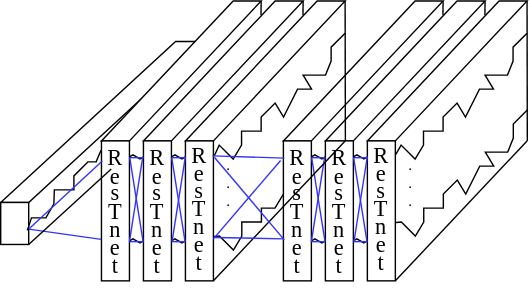
Above: littlepaper/图4 网络模型结构图.svg in wangxinzhi0/draw.io (draw.io), before the change. Source tidied: cells renumbered, new cells last; positions are measured from the earlier drawing's top-left corner, leaving out a move shared by most shapes.
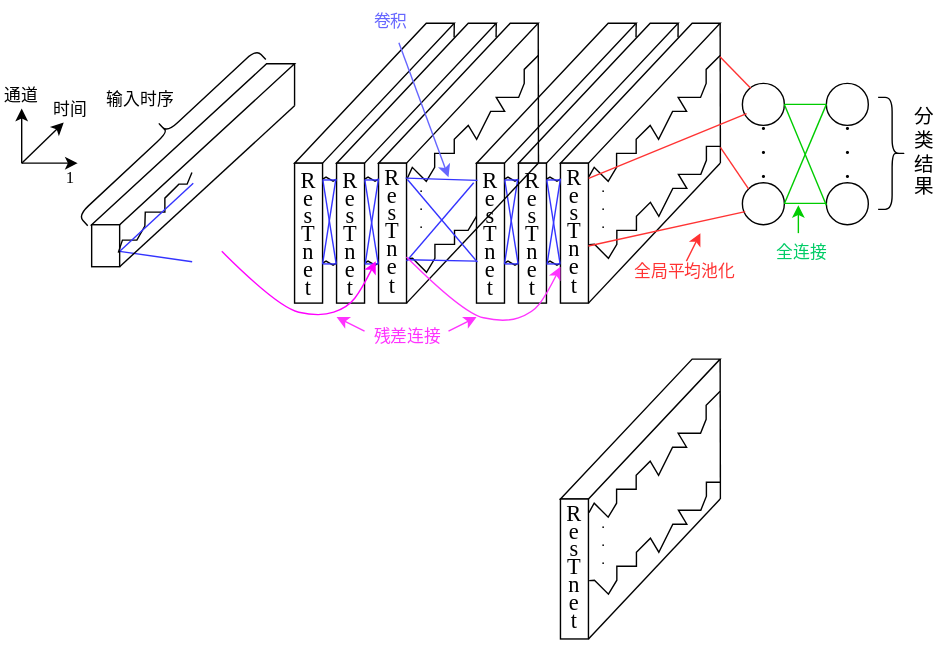
After the commit.

Commit message:
Update 图4 网络模型结构图.svg

What changed in the source:
```diff
@@ -5,14 +5,14 @@
     <mxCell id="2" style="shape=parallelogram;perimeter=parallelogramPerimeter;whiteSpace=wrap;html=1;fixedSize=1;rotation=0;size=125;" parent="1" vertex="1">
       <mxGeometry y="29" width="145" height="115" as="geometry" />
     </mxCell>
-    <mxCell id="3" style="group;" parent="1" vertex="1">
-      <mxGeometry x="72" width="304.3" height="200" as="geometry" />
+    <mxCell id="3" style="group;fontColor=#FF3333;" parent="1" vertex="1">
+      <mxGeometry x="145" width="310" height="200" as="geometry" />
     </mxCell>
     <mxCell id="4" style="group;" parent="3" vertex="1">
-      <mxGeometry x="130" width="174.3" height="200" as="geometry" />
+      <mxGeometry x="130" width="180" height="200" as="geometry" />
     </mxCell>
     <mxCell id="5" style="group;" parent="4" vertex="1">
-      <mxGeometry x="60" width="114.3" height="200" as="geometry" />
+      <mxGeometry x="60" width="120" height="200" as="geometry" />
     </mxCell>
     <mxCell id="6" style="shape=parallelogram;perimeter=parallelogramPerimeter;whiteSpace=wrap;html=1;fixedSize=1;rotation=0;size=94.11000000000001;" parent="5" vertex="1">
       <mxGeometry width="114.1" height="100" as="geometry" />
@@ -55,7 +55,7 @@
     <mxCell id="11" style="endArrow=none;html=1;rounded=0;fontFamily=Helvetica;fontSize=16;strokeWidth=0.5;exitX=1.016;exitY=0.103;exitDx=0;exitDy=0;exitPerimeter=0;jumpSize=2;" parent="5" edge="1">
       <mxGeometry relative="1" as="geometry">
         <mxPoint x="20.5" y="158.3" as="sourcePoint" />
-        <mxPoint x="114.3" y="78" as="targetPoint" />
+        <mxPoint x="114" y="88" as="targetPoint" />
         <Array as="points">
           <mxPoint x="24.3" y="158" />
           <mxPoint x="34.3" y="168" />
@@ -104,6 +104,15 @@
     <mxCell id="18" style="endArrow=none;html=1;rounded=0;fontFamily=Times New Roman;fontSize=16;strokeWidth=0.5;jumpSize=2;fontColor=#0000FF;strokeColor=#3333FF;entryX=-0.014;entryY=0.718;entryDx=0;entryDy=0;entryPerimeter=0;exitX=1.011;exitY=0.122;exitDx=0;exitDy=0;exitPerimeter=0;" parent="5" edge="1" source="14" target="7">
       <mxGeometry relative="1" as="geometry" />
     </mxCell>
+    <mxCell id="67" style="endArrow=classic;html=1;rounded=0;fontFamily=Times New Roman;fontSize=12;fontColor=#6666FF;strokeColor=#FF3333;strokeWidth=1;jumpSize=2;" parent="5" edge="1">
+      <mxGeometry relative="1" as="geometry">
+        <mxPoint x="90" y="170" as="sourcePoint" />
+        <mxPoint x="100" y="150" as="targetPoint" />
+      </mxGeometry>
+    </mxCell>
+    <mxCell id="68" value="&lt;font color=&quot;#ff3333&quot;&gt;全局平均池化&lt;/font&gt;" style="text;html=1;strokeColor=none;fillColor=none;align=center;verticalAlign=middle;whiteSpace=wrap;rounded=0;fontFamily=Times New Roman;fontSize=12;fontColor=#000000;labelBorderColor=none;" parent="5" vertex="1">
+      <mxGeometry x="51.3" y="163" width="75.7" height="30" as="geometry" />
+    </mxCell>
     <mxCell id="19" style="shape=parallelogram;perimeter=parallelogramPerimeter;whiteSpace=wrap;html=1;fixedSize=1;rotation=0;size=94.11000000000001;" parent="4" vertex="1">
       <mxGeometry width="114.1" height="100" as="geometry" />
     </mxCell>
@@ -328,11 +337,18 @@
         <mxPoint x="29.7" y="171.8" as="targetPoint" />
       </mxGeometry>
     </mxCell>
-    <mxCell id="59" style="endArrow=none;html=1;rounded=0;fontFamily=Times New Roman;fontSize=16;strokeWidth=0.5;jumpSize=2;fontColor=#0000FF;strokeColor=#3333FF;exitX=1.033;exitY=0.69;exitDx=0;exitDy=0;exitPerimeter=0;entryX=-0.01;entryY=0.704;entryDx=0;entryDy=0;entryPerimeter=0;" parent="31" edge="1" target="48">
+    <mxCell id="59" style="endArrow=none;html=1;rounded=0;fontFamily=Times New Roman;fontSize=16;strokeWidth=0.5;jumpSize=2;fontColor=#0000FF;strokeColor=#3333FF;exitX=1.033;exitY=0.69;exitDx=0;exitDy=0;exitPerimeter=0;entryX=-0.01;entryY=0.704;entryDx=0;entryDy=0;entryPerimeter=0;" parent="31" edge="1">
       <mxGeometry relative="1" as="geometry">
-        <mxPoint x="-52" y="163" as="sourcePoint" />
+        <mxPoint x="-125" y="163" as="sourcePoint" />
+        <mxPoint x="-73.2" y="170.4" as="targetPoint" />
       </mxGeometry>
     </mxCell>
+    <mxCell id="69" style="shape=curlyBracket;whiteSpace=wrap;html=1;rounded=1;fontFamily=Times New Roman;fontSize=16;fontColor=#0000FF;align=center;rotation=47;" parent="31" vertex="1">
+      <mxGeometry x="-101" y="-9" width="20" height="174" as="geometry" />
+    </mxCell>
+    <mxCell id="70" value="卷积" style="text;html=1;strokeColor=none;fillColor=none;align=center;verticalAlign=middle;whiteSpace=wrap;rounded=0;fontFamily=Times New Roman;fontSize=12;fontColor=#6666FF;labelBorderColor=none;" parent="31" vertex="1">
+      <mxGeometry x="34" y="-16" width="70" height="30" as="geometry" />
+    </mxCell>
     <mxCell id="60" style="endArrow=none;html=1;rounded=0;fontFamily=Times New Roman;fontSize=16;strokeWidth=0.5;jumpSize=2;fontColor=#0000FF;strokeColor=#3333FF;exitX=1.017;exitY=0.577;exitDx=0;exitDy=0;exitPerimeter=0;entryX=0.033;entryY=0.123;entryDx=0;entryDy=0;entryPerimeter=0;" parent="3" edge="1" target="20">
       <mxGeometry relative="1" as="geometry">
         <mxPoint x="79.3" y="110.7" as="sourcePoint" />
@@ -349,14 +365,15 @@
     <mxCell id="63" value="&lt;p style=&quot;line-height: 1.2&quot;&gt;&lt;/p&gt;&lt;h3&gt;&lt;/h3&gt;&lt;pre style=&quot;line-height: 0.8 ; font-size: 16px&quot;&gt;&lt;br&gt;&lt;/pre&gt;&lt;p&gt;&lt;/p&gt;" style="rounded=0;whiteSpace=wrap;html=1;align=center;" parent="1" vertex="1">
       <mxGeometry y="144" width="20" height="30" as="geometry" />
     </mxCell>
-    <mxCell id="64" style="endArrow=none;html=1;rounded=0;exitX=1;exitY=1;exitDx=0;exitDy=0;entryX=0;entryY=0.25;entryDx=0;entryDy=0;" parent="1" edge="1" source="63">
-      <mxGeometry x="410" y="232" as="geometry">
-        <mxPoint x="79" y="120" as="targetPoint" />
+    <mxCell id="64" style="endArrow=none;html=1;rounded=0;exitX=1;exitY=1;exitDx=0;exitDy=0;" parent="1" edge="1" source="63">
+      <mxGeometry x="371" y="231" as="geometry">
+        <mxPoint x="145" y="59" as="targetPoint" />
       </mxGeometry>
     </mxCell>
-    <mxCell id="65" style="endArrow=none;html=1;rounded=0;fontFamily=Helvetica;fontSize=16;strokeWidth=0.5;exitX=1.04;exitY=0.531;exitDx=0;exitDy=0;jumpSize=2;exitPerimeter=0;entryX=-0.017;entryY=0.067;entryDx=0;entryDy=0;entryPerimeter=0;" parent="1" edge="1" target="48">
-      <mxGeometry x="156.2" y="312" as="geometry">
+    <mxCell id="65" style="endArrow=none;html=1;rounded=0;fontFamily=Helvetica;fontSize=16;strokeWidth=0.5;exitX=1.04;exitY=0.531;exitDx=0;exitDy=0;jumpSize=2;exitPerimeter=0;entryX=-0.017;entryY=0.067;entryDx=0;entryDy=0;entryPerimeter=0;" parent="1" edge="1">
+      <mxGeometry x="83.2" y="312" as="geometry">
         <mxPoint x="19" y="163.9" as="sourcePoint" />
+        <mxPoint x="71.7" y="106.7" as="targetPoint" />
         <Array as="points">
           <mxPoint x="22" y="155" />
           <mxPoint x="32.3" y="155" />
@@ -369,8 +386,227 @@
         </Array>
       </mxGeometry>
     </mxCell>
-    <mxCell id="66" style="endArrow=none;html=1;rounded=0;fontFamily=Times New Roman;fontSize=16;strokeWidth=0.5;jumpSize=2;fontColor=#0000FF;strokeColor=#3333FF;exitX=1.014;exitY=0.624;exitDx=0;exitDy=0;exitPerimeter=0;entryX=0.03;entryY=0.144;entryDx=0;entryDy=0;entryPerimeter=0;" parent="1" edge="1" source="63" target="48">
-      <mxGeometry relative="1" as="geometry" />
+    <mxCell id="66" style="endArrow=none;html=1;rounded=0;fontFamily=Times New Roman;fontSize=16;strokeWidth=0.5;jumpSize=2;fontColor=#0000FF;strokeColor=#3333FF;exitX=1.014;exitY=0.624;exitDx=0;exitDy=0;exitPerimeter=0;entryX=0.03;entryY=0.144;entryDx=0;entryDy=0;entryPerimeter=0;" parent="1" edge="1" source="63">
+      <mxGeometry relative="1" as="geometry">
+        <mxPoint x="72.6" y="114.4" as="targetPoint" />
+      </mxGeometry>
     </mxCell>
+    <mxCell id="71" value="输入时序" style="text;html=1;strokeColor=none;fillColor=none;align=center;verticalAlign=middle;whiteSpace=wrap;rounded=0;fontFamily=Times New Roman;fontSize=12;fontColor=#000000;labelBorderColor=none;" parent="1" vertex="1">
+      <mxGeometry y="40" width="70" height="30" as="geometry" />
+    </mxCell>
+    <mxCell id="72" style="endArrow=classic;html=1;rounded=0;fontFamily=Times New Roman;fontSize=12;fontColor=#000000;strokeColor=#000000;strokeWidth=1;jumpSize=2;" parent="1" edge="1">
+      <mxGeometry relative="1" as="geometry">
+        <mxPoint x="-50" y="100" as="sourcePoint" />
+        <mxPoint x="-20" y="71" as="targetPoint" />
+      </mxGeometry>
+    </mxCell>
+    <mxCell id="73" style="endArrow=classic;html=1;rounded=0;fontFamily=Times New Roman;fontSize=12;fontColor=#000000;strokeColor=#000000;strokeWidth=1;jumpSize=2;" parent="1" edge="1">
+      <mxGeometry relative="1" as="geometry">
+        <mxPoint x="-50" y="100" as="sourcePoint" />
+        <mxPoint x="-50" y="61" as="targetPoint" />
+      </mxGeometry>
+    </mxCell>
+    <mxCell id="74" style="endArrow=classic;html=1;rounded=0;fontFamily=Times New Roman;fontSize=12;fontColor=#000000;strokeColor=#000000;strokeWidth=1;jumpSize=2;" parent="1" edge="1">
+      <mxGeometry relative="1" as="geometry">
+        <mxPoint x="-50" y="100" as="sourcePoint" />
+        <mxPoint x="-10" y="100" as="targetPoint" />
+        <Array as="points">
+          <mxPoint x="-10" y="100" />
+        </Array>
+      </mxGeometry>
+    </mxCell>
+    <mxCell id="75" value="通道" style="text;html=1;strokeColor=none;fillColor=none;align=center;verticalAlign=middle;whiteSpace=wrap;rounded=0;fontFamily=Times New Roman;fontSize=12;fontColor=#000000;labelBorderColor=none;" parent="1" vertex="1">
+      <mxGeometry x="-65" y="40" width="30" height="24" as="geometry" />
+    </mxCell>
+    <mxCell id="76" value="时间" style="text;html=1;strokeColor=none;fillColor=none;align=center;verticalAlign=middle;whiteSpace=wrap;rounded=0;fontFamily=Times New Roman;fontSize=12;fontColor=#000000;labelBorderColor=none;" parent="1" vertex="1">
+      <mxGeometry x="-30" y="50" width="30" height="24" as="geometry" />
+    </mxCell>
+    <mxCell id="77" value="1" style="text;html=1;strokeColor=none;fillColor=none;align=center;verticalAlign=middle;whiteSpace=wrap;rounded=0;fontFamily=Times New Roman;fontSize=12;fontColor=#000000;labelBorderColor=none;" parent="1" vertex="1">
+      <mxGeometry x="-30" y="99" width="30" height="24" as="geometry" />
+    </mxCell>
+    <mxCell id="78" style="endArrow=classic;html=1;rounded=0;fontFamily=Times New Roman;fontSize=12;fontColor=#6666FF;strokeColor=#6666FF;strokeWidth=1;jumpSize=2;" parent="1" edge="1" source="70">
+      <mxGeometry relative="1" as="geometry">
+        <mxPoint x="255" y="110" as="targetPoint" />
+      </mxGeometry>
+    </mxCell>
+    <mxCell id="79" style="curved=1;endArrow=classic;html=1;rounded=0;fontFamily=Times New Roman;fontSize=12;fontColor=#6666FF;strokeColor=#FF00FF;strokeWidth=1;jumpSize=2;" parent="1" edge="1">
+      <mxGeometry relative="1" as="geometry">
+        <mxPoint x="93" y="163" as="sourcePoint" />
+        <mxPoint x="203" y="170" as="targetPoint" />
+        <Array as="points">
+          <mxPoint x="133" y="203" />
+          <mxPoint x="163" y="210" />
+          <mxPoint x="183" y="203" />
+          <mxPoint x="193" y="190" />
+        </Array>
+      </mxGeometry>
+    </mxCell>
+    <mxCell id="80" style="curved=1;endArrow=classic;html=1;rounded=0;fontFamily=Times New Roman;fontSize=12;fontColor=#6666FF;strokeColor=#FF33FF;strokeWidth=1;jumpSize=2;" parent="1" edge="1">
+      <mxGeometry relative="1" as="geometry">
+        <mxPoint x="225" y="167" as="sourcePoint" />
+        <mxPoint x="335" y="174" as="targetPoint" />
+        <Array as="points">
+          <mxPoint x="265" y="207" />
+          <mxPoint x="295" y="214" />
+          <mxPoint x="315" y="207" />
+          <mxPoint x="325" y="194" />
+        </Array>
+      </mxGeometry>
+    </mxCell>
+    <mxCell id="81" style="endArrow=classic;html=1;rounded=0;fontFamily=Times New Roman;fontSize=12;fontColor=#6666FF;strokeColor=#FF33FF;strokeWidth=1;jumpSize=2;" parent="1" edge="1">
+      <mxGeometry relative="1" as="geometry">
+        <mxPoint x="195" y="220" as="sourcePoint" />
+        <mxPoint x="175" y="210" as="targetPoint" />
+      </mxGeometry>
+    </mxCell>
+    <mxCell id="82" style="endArrow=classic;html=1;rounded=0;fontFamily=Times New Roman;fontSize=12;fontColor=#6666FF;strokeColor=#FF33FF;strokeWidth=1;jumpSize=2;" parent="1" edge="1">
+      <mxGeometry relative="1" as="geometry">
+        <mxPoint x="255" y="220" as="sourcePoint" />
+        <mxPoint x="275" y="210" as="targetPoint" />
+      </mxGeometry>
+    </mxCell>
+    <mxCell id="83" value="残差连接" style="text;html=1;strokeColor=none;fillColor=none;align=center;verticalAlign=middle;whiteSpace=wrap;rounded=0;fontFamily=Times New Roman;fontSize=12;fontColor=#FF33FF;labelBorderColor=none;" parent="1" vertex="1">
+      <mxGeometry x="191" y="209" width="70" height="30" as="geometry" />
+    </mxCell>
+    <mxCell id="84" style="ellipse;whiteSpace=wrap;html=1;labelBorderColor=none;fontFamily=Times New Roman;fontSize=12;fontColor=#6666FF;align=center;" parent="1" vertex="1">
+      <mxGeometry x="465" y="43" width="30" height="30" as="geometry" />
+    </mxCell>
+    <mxCell id="85" style="ellipse;whiteSpace=wrap;html=1;labelBorderColor=none;fontFamily=Times New Roman;fontSize=12;fontColor=#6666FF;align=center;" parent="1" vertex="1">
+      <mxGeometry x="465" y="114" width="30" height="30" as="geometry" />
+    </mxCell>
+    <mxCell id="86" style="ellipse;whiteSpace=wrap;html=1;labelBorderColor=none;fontFamily=Times New Roman;fontSize=12;fontColor=#6666FF;align=center;" parent="1" vertex="1">
+      <mxGeometry x="525" y="43" width="30" height="30" as="geometry" />
+    </mxCell>
+    <mxCell id="87" style="ellipse;whiteSpace=wrap;html=1;labelBorderColor=none;fontFamily=Times New Roman;fontSize=12;fontColor=#6666FF;align=center;" parent="1" vertex="1">
+      <mxGeometry x="525" y="114" width="30" height="30" as="geometry" />
+    </mxCell>
+    <mxCell id="88" style="endArrow=none;html=1;rounded=0;fontFamily=Times New Roman;fontSize=12;fontColor=#6666FF;strokeColor=#FF3333;strokeWidth=1;jumpSize=2;entryX=0.1;entryY=0.721;entryDx=0;entryDy=0;exitX=-0.043;exitY=0.085;exitDx=0;exitDy=0;exitPerimeter=0;entryPerimeter=0;" parent="1" edge="1" source="12" target="84">
+      <mxGeometry relative="1" as="geometry" />
+    </mxCell>
+    <mxCell id="89" style="endArrow=none;html=1;rounded=0;fontFamily=Times New Roman;fontSize=12;fontColor=#6666FF;strokeColor=#FF3333;strokeWidth=1;jumpSize=2;entryX=0.199;entryY=0.114;entryDx=0;entryDy=0;entryPerimeter=0;" parent="1" edge="1" target="84">
+      <mxGeometry relative="1" as="geometry">
+        <mxPoint x="449" y="24" as="sourcePoint" />
+      </mxGeometry>
+    </mxCell>
+    <mxCell id="90" style="endArrow=none;html=1;rounded=0;fontFamily=Times New Roman;fontSize=12;fontColor=#6666FF;strokeColor=#FF3333;strokeWidth=1;jumpSize=2;entryX=0.068;entryY=0.687;entryDx=0;entryDy=0;exitX=-0.043;exitY=0.085;exitDx=0;exitDy=0;exitPerimeter=0;entryPerimeter=0;" parent="1" edge="1" target="85">
+      <mxGeometry relative="1" as="geometry">
+        <mxPoint x="355" y="159.2" as="sourcePoint" />
+      </mxGeometry>
+    </mxCell>
+    <mxCell id="91" style="endArrow=none;html=1;rounded=0;fontFamily=Times New Roman;fontSize=12;fontColor=#6666FF;strokeColor=#FF3333;strokeWidth=1;jumpSize=2;entryX=0;entryY=0;entryDx=0;entryDy=0;" parent="1" edge="1" target="85">
+      <mxGeometry relative="1" as="geometry">
+        <mxPoint x="449.3" y="88.8" as="sourcePoint" />
+      </mxGeometry>
+    </mxCell>
+    <mxCell id="92" style="endArrow=none;html=1;rounded=0;fontFamily=Times New Roman;fontSize=12;fontColor=#0000CC;strokeColor=#00CC00;strokeWidth=1;jumpSize=2;entryX=0;entryY=0.5;entryDx=0;entryDy=0;exitX=1;exitY=0.5;exitDx=0;exitDy=0;" parent="1" edge="1" source="84" target="86">
+      <mxGeometry relative="1" as="geometry" />
+    </mxCell>
+    <mxCell id="93" style="endArrow=none;html=1;rounded=0;fontFamily=Times New Roman;fontSize=12;fontColor=#0000CC;strokeColor=#00CC00;strokeWidth=1;jumpSize=2;entryX=0;entryY=0.5;entryDx=0;entryDy=0;exitX=1;exitY=0.5;exitDx=0;exitDy=0;" parent="1" edge="1">
+      <mxGeometry relative="1" as="geometry">
+        <mxPoint x="495" y="128.8" as="sourcePoint" />
+        <mxPoint x="525" y="128.8" as="targetPoint" />
+      </mxGeometry>
+    </mxCell>
+    <mxCell id="94" style="endArrow=none;html=1;rounded=0;fontFamily=Times New Roman;fontSize=12;fontColor=#0000CC;strokeColor=#00CC00;strokeWidth=1;jumpSize=2;entryX=0;entryY=0.5;entryDx=0;entryDy=0;exitX=1;exitY=0.5;exitDx=0;exitDy=0;" parent="1" edge="1" source="85" target="86">
+      <mxGeometry relative="1" as="geometry" />
+    </mxCell>
+    <mxCell id="95" style="endArrow=none;html=1;rounded=0;fontFamily=Times New Roman;fontSize=12;fontColor=#0000CC;strokeColor=#00CC00;strokeWidth=1;jumpSize=2;exitX=1;exitY=0.5;exitDx=0;exitDy=0;" parent="1" edge="1" source="84">
+      <mxGeometry relative="1" as="geometry">
+        <mxPoint x="525" y="130" as="targetPoint" />
+      </mxGeometry>
+    </mxCell>
+    <mxCell id="96" style="shape=curlyBracket;whiteSpace=wrap;html=1;rounded=1;flipH=1;labelBorderColor=none;fontFamily=Times New Roman;fontSize=12;fontColor=#0000CC;align=center;" parent="1" vertex="1">
+      <mxGeometry x="562" y="53" width="20" height="80" as="geometry" />
+    </mxCell>
+    <mxCell id="97" style="endArrow=classic;html=1;rounded=0;fontFamily=Times New Roman;fontSize=12;fontColor=#0000CC;strokeColor=#00CC00;strokeWidth=1;jumpSize=2;" parent="1" edge="1">
+      <mxGeometry relative="1" as="geometry">
+        <mxPoint x="505" y="150" as="sourcePoint" />
+        <mxPoint x="505" y="130" as="targetPoint" />
+      </mxGeometry>
+    </mxCell>
+    <mxCell id="98" value="全连接" style="text;html=1;strokeColor=none;fillColor=none;align=center;verticalAlign=middle;whiteSpace=wrap;rounded=0;fontFamily=Times New Roman;fontSize=12;fontColor=#00CC66;labelBorderColor=none;" parent="1" vertex="1">
+      <mxGeometry x="475" y="154" width="65" height="20" as="geometry" />
+    </mxCell>
+    <mxCell id="99" value=".&lt;br style=&quot;font-size: 14px;&quot;&gt;.&lt;br style=&quot;font-size: 14px;&quot;&gt;." style="text;html=1;strokeColor=none;fillColor=none;align=center;verticalAlign=middle;whiteSpace=wrap;rounded=0;labelBorderColor=none;fontFamily=Times New Roman;fontSize=14;fontColor=#000000;fontStyle=1;spacing=1;" parent="1" vertex="1">
+      <mxGeometry x="466" y="65" width="29" height="50" as="geometry" />
+    </mxCell>
+    <mxCell id="100" value=".&lt;br style=&quot;font-size: 14px;&quot;&gt;.&lt;br style=&quot;font-size: 14px;&quot;&gt;." style="text;html=1;strokeColor=none;fillColor=none;align=center;verticalAlign=middle;whiteSpace=wrap;rounded=0;labelBorderColor=none;fontFamily=Times New Roman;fontSize=14;fontColor=#000000;fontStyle=1;spacing=1;" parent="1" vertex="1">
+      <mxGeometry x="526" y="65" width="29" height="50" as="geometry" />
+    </mxCell>
+    <mxCell id="101" value="分&lt;br&gt;类&lt;br&gt;结&lt;br&gt;果" style="text;html=1;strokeColor=none;fillColor=none;align=center;verticalAlign=middle;whiteSpace=wrap;rounded=0;labelBorderColor=none;fontFamily=Times New Roman;fontSize=14;fontColor=#000000;" parent="1" vertex="1">
+      <mxGeometry x="585" y="60.5" width="20" height="65" as="geometry" />
+    </mxCell>
+    <mxCell id="102" style="endArrow=none;html=1;rounded=0;fontFamily=Times New Roman;fontSize=14;fontColor=#000000;strokeColor=#000000;strokeWidth=1;jumpSize=2;entryX=0.5;entryY=0;entryDx=0;entryDy=0;exitX=0.5;exitY=1;exitDx=0;exitDy=0;" parent="1" edge="1">
+      <mxGeometry relative="1" as="geometry">
+        <mxPoint x="145" y="59" as="sourcePoint" />
+        <mxPoint x="145" y="29" as="targetPoint" />
+      </mxGeometry>
+    </mxCell>
+    <mxCell id="103" style="group;" parent="1" vertex="1">
+      <mxGeometry x="335" y="240" width="120" height="200" as="geometry" />
+    </mxCell>
+    <mxCell id="104" style="shape=parallelogram;perimeter=parallelogramPerimeter;whiteSpace=wrap;html=1;fixedSize=1;rotation=0;size=94.11000000000001;" parent="103" vertex="1">
+      <mxGeometry width="114.1" height="100" as="geometry" />
+    </mxCell>
+    <mxCell id="105" value="&lt;p style=&quot;line-height: 1.2&quot;&gt;&lt;/p&gt;&lt;h3&gt;&lt;/h3&gt;&lt;pre style=&quot;line-height: 0.8 ; font-size: 16px&quot;&gt;&lt;font face=&quot;Times New Roman&quot; style=&quot;font-size: 16px ; line-height: 0.6&quot;&gt;&lt;span&gt;R&lt;br&gt;&lt;/span&gt;&lt;span&gt;e&lt;br&gt;&lt;/span&gt;&lt;span&gt;s&lt;br&gt;&lt;/span&gt;&lt;span&gt;T&lt;br&gt;&lt;/span&gt;&lt;span&gt;n&lt;br&gt;&lt;/span&gt;&lt;span&gt;e&lt;br&gt;&lt;/span&gt;&lt;span&gt;t&lt;/span&gt;&lt;/font&gt;&lt;/pre&gt;&lt;p&gt;&lt;/p&gt;" style="rounded=0;whiteSpace=wrap;html=1;align=center;" parent="103" vertex="1">
+      <mxGeometry y="100" width="20" height="100" as="geometry" />
+    </mxCell>
+    <mxCell id="106" style="endArrow=none;html=1;rounded=0;exitX=1;exitY=1;exitDx=0;exitDy=0;" parent="103" edge="1" source="105">
+      <mxGeometry as="geometry">
+        <mxPoint x="114.1" y="100" as="targetPoint" />
+      </mxGeometry>
+    </mxCell>
+    <mxCell id="107" style="endArrow=none;html=1;rounded=0;" parent="103" edge="1">
+      <mxGeometry as="geometry">
+        <mxPoint x="114.3" y="100" as="sourcePoint" />
+        <mxPoint x="114.1" as="targetPoint" />
+      </mxGeometry>
+    </mxCell>
+    <mxCell id="108" style="endArrow=none;html=1;rounded=0;fontFamily=Helvetica;fontSize=16;strokeWidth=0.5;exitX=-0.033;exitY=0.059;exitDx=0;exitDy=0;jumpSize=2;exitPerimeter=0;" parent="103" edge="1" source="110">
+      <mxGeometry relative="1" as="geometry">
+        <mxPoint x="114.1" y="23" as="targetPoint" />
+        <Array as="points">
+          <mxPoint x="24.1" y="103" />
+          <mxPoint x="34.1" y="113" />
+          <mxPoint x="40.1" y="103" />
+          <mxPoint x="40.1" y="93" />
+          <mxPoint x="54.1" y="93" />
+          <mxPoint x="54.1" y="83" />
+          <mxPoint x="64.1" y="73" />
+          <mxPoint x="70.1" y="83" />
+          <mxPoint x="80.1" y="63" />
+          <mxPoint x="90.1" y="63" />
+          <mxPoint x="84.1" y="53" />
+          <mxPoint x="100.1" y="53" />
+          <mxPoint x="104.1" y="43" />
+          <mxPoint x="104.1" y="33" />
+        </Array>
+      </mxGeometry>
+    </mxCell>
+    <mxCell id="109" style="endArrow=none;html=1;rounded=0;fontFamily=Helvetica;fontSize=16;strokeWidth=0.5;exitX=1.016;exitY=0.103;exitDx=0;exitDy=0;exitPerimeter=0;jumpSize=2;" parent="103" edge="1">
+      <mxGeometry relative="1" as="geometry">
+        <mxPoint x="20.5" y="158.3" as="sourcePoint" />
+        <mxPoint x="114" y="88" as="targetPoint" />
+        <Array as="points">
+          <mxPoint x="24.3" y="158" />
+          <mxPoint x="34.3" y="168" />
+          <mxPoint x="40.3" y="158" />
+          <mxPoint x="40.3" y="148" />
+          <mxPoint x="54.3" y="148" />
+          <mxPoint x="54.3" y="138" />
+          <mxPoint x="64.3" y="128" />
+          <mxPoint x="70.3" y="138" />
+          <mxPoint x="80.3" y="118" />
+          <mxPoint x="90.3" y="118" />
+          <mxPoint x="84.3" y="108" />
+          <mxPoint x="100.3" y="108" />
+          <mxPoint x="104.3" y="98" />
+          <mxPoint x="104.3" y="88" />
+        </Array>
+      </mxGeometry>
+    </mxCell>
+    <mxCell id="110" value=".&lt;br style=&quot;font-size: 11px;&quot;&gt;.&lt;br style=&quot;font-size: 11px;&quot;&gt;." style="text;html=1;strokeColor=none;fillColor=none;align=center;verticalAlign=middle;whiteSpace=wrap;rounded=0;fontFamily=Helvetica;fontSize=11;" parent="103" vertex="1">
+      <mxGeometry x="21" y="107" width="20" height="45" as="geometry" />
+    </mxCell>
   </root>
 </mxGraphModel>
```
